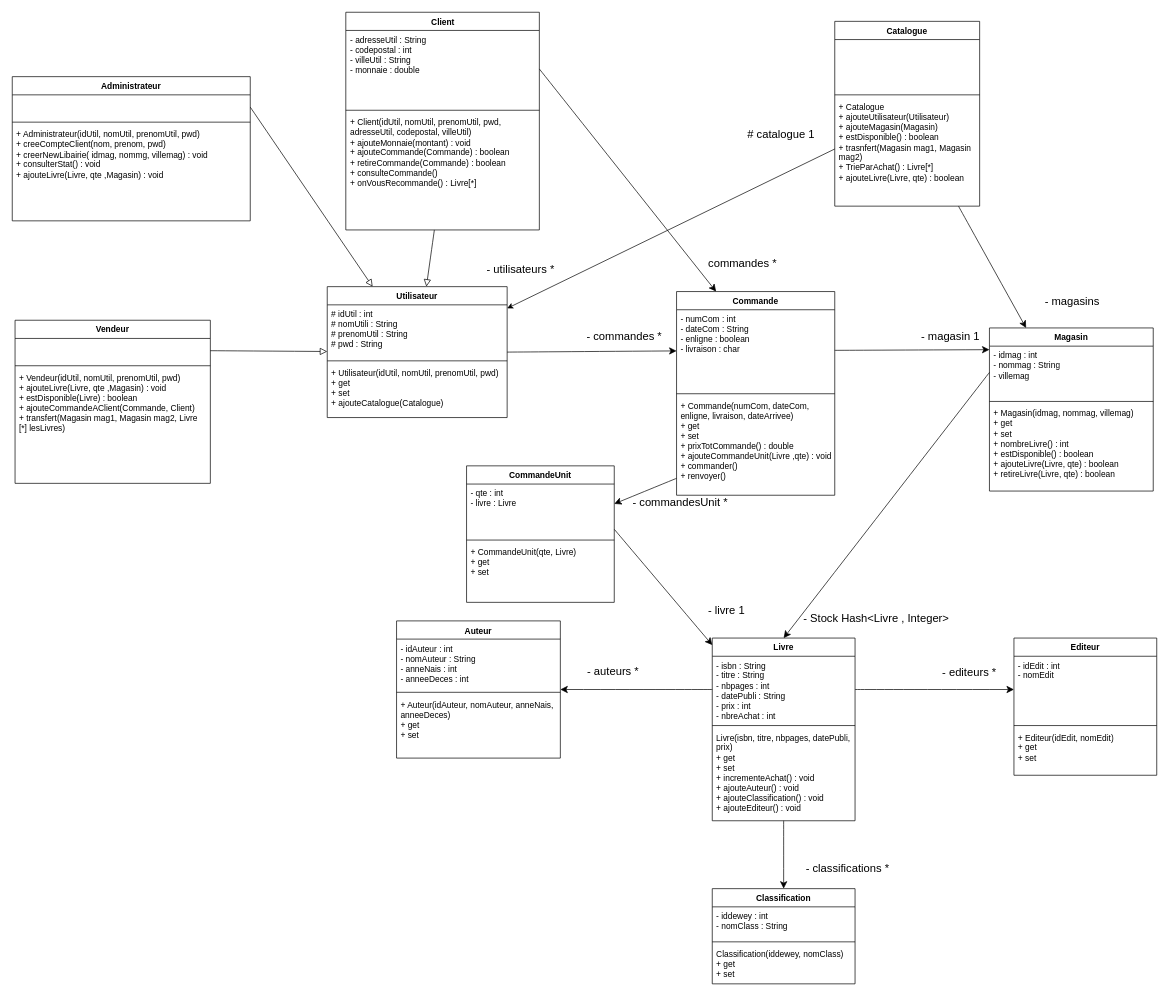
This is UML.drawio from BastienMonet/SAEjava2.03, a draw.io file, before an edit. Source tidied: cells renumbered, new cells numbered last; positions are measured from the earlier drawing's top-left corner, leaving out a move shared by most shapes. Both pictures are drawn from the tidied source at 70%, with x=0, y=0 at pixel (12, 12).
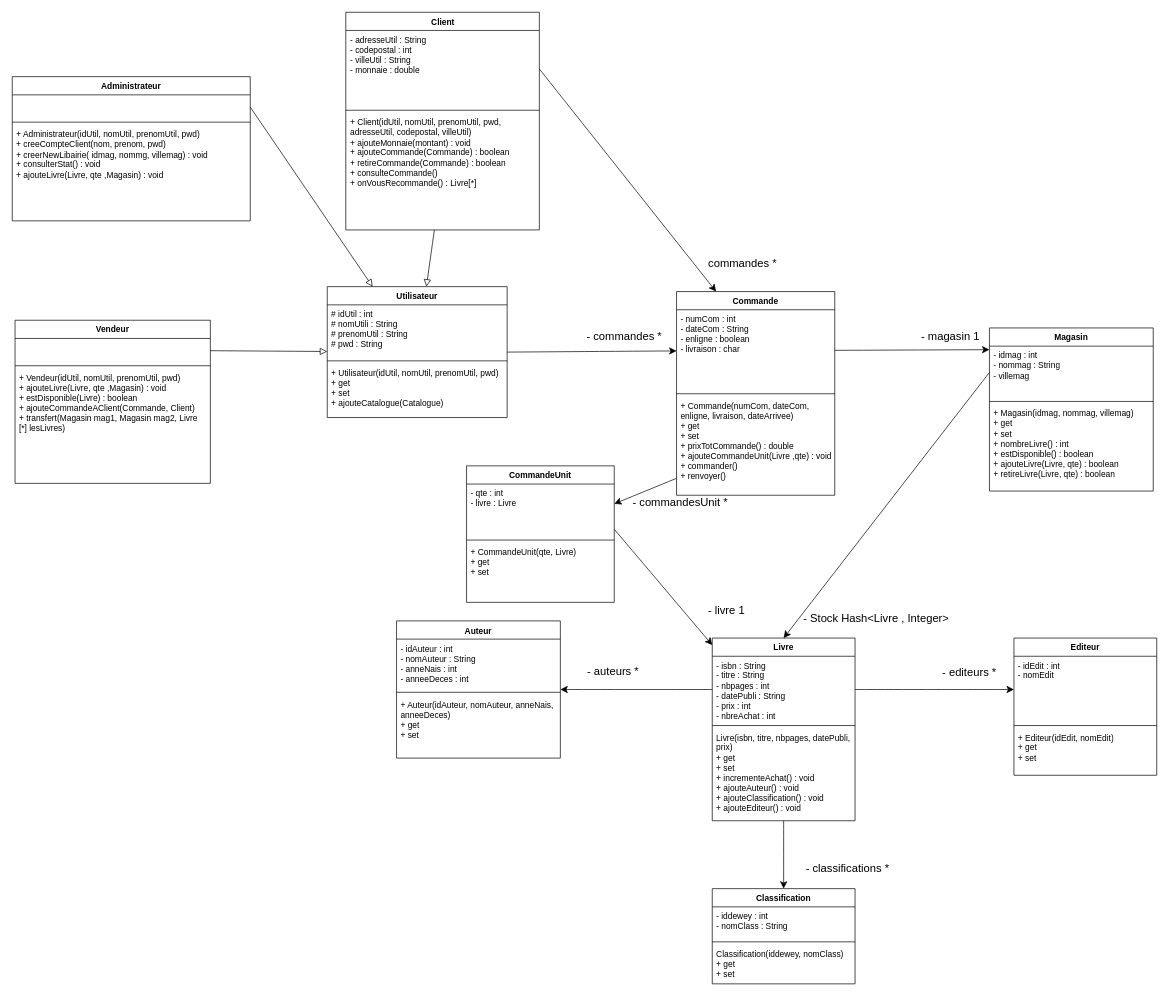
The same page after the edit.

Unchanged cells that the change refers to:
```xml
<mxCell id="3" value="Utilisateur" style="swimlane;fontStyle=1;align=center;verticalAlign=top;horizontal=1;startSize=26;whiteSpace=wrap;html=1;" parent="1" vertex="1">
  <mxGeometry x="450" y="392" width="257" height="187" as="geometry" />
</mxCell>
<mxCell id="34" value="Magasin" style="swimlane;fontStyle=1;align=center;verticalAlign=top;horizontal=1;startSize=26;whiteSpace=wrap;html=1;" parent="1" vertex="1">
  <mxGeometry x="1396" y="451" width="234" height="233" as="geometry" />
</mxCell>
```

Change to the diagram source:
```diff
@@
-    <mxCell id="67" value="Catalogue" style="swimlane;fontStyle=1;align=center;verticalAlign=top;horizontal=1;startSize=26;whiteSpace=wrap;html=1;" parent="1" vertex="1">
-      <mxGeometry x="1175" y="13" width="207" height="264" as="geometry" />
-    </mxCell>
-    <mxCell id="68" value="&lt;div&gt;&lt;br&gt;&lt;/div&gt;&lt;div&gt;&lt;br&gt;&lt;/div&gt;&lt;div&gt;&lt;br&gt;&lt;/div&gt;" style="text;strokeColor=none;fillColor=none;align=left;verticalAlign=top;spacingLeft=4;spacingRight=4;overflow=hidden;whiteSpace=wrap;html=1;" parent="67" vertex="1">
-      <mxGeometry y="26" width="207" height="75" as="geometry" />
-    </mxCell>
-    <mxCell id="69" style="line;strokeWidth=1;fillColor=none;align=left;verticalAlign=middle;spacingTop=-1;spacingLeft=3;spacingRight=3;labelPosition=right;strokeColor=inherit;" parent="67" vertex="1">
-      <mxGeometry y="101" width="207" height="8" as="geometry" />
-    </mxCell>
-    <mxCell id="70" value="&lt;div&gt;+ Catalogue&lt;/div&gt;&lt;div&gt;+ ajouteUtilisateur(Utilisateur)&lt;/div&gt;&lt;div&gt;+ ajouteMagasin(Magasin)&lt;/div&gt;&lt;div&gt;+ estDisponible() : boolean&lt;/div&gt;&lt;div&gt;+ trasnfert(Magasin mag1, Magasin mag2)&lt;/div&gt;&lt;div&gt;+ TrieParAchat() : Livre[*]&lt;/div&gt;&lt;div&gt;+ ajouteLivre(Livre, qte) : boolean &lt;br&gt;&lt;/div&gt;" style="text;strokeColor=none;fillColor=none;align=left;verticalAlign=top;spacingLeft=4;spacingRight=4;overflow=hidden;whiteSpace=wrap;html=1;" parent="67" vertex="1">
-      <mxGeometry y="109" width="207" height="155" as="geometry" />
-    </mxCell>
-    <mxCell id="71" style="edgeStyle=none;curved=1;rounded=0;jettySize=auto;html=1;fontSize=12;startSize=8;endSize=8;" parent="1" edge="1" source="67" target="34">
-      <mxGeometry relative="1" as="geometry" />
-    </mxCell>
-    <mxCell id="72" value="- magasins" style="text;html=1;align=center;verticalAlign=middle;strokeColor=none;fillColor=none;fontSize=16;" parent="1" vertex="1">
-      <mxGeometry x="1466" y="397" width="96" height="31" as="geometry" />
-    </mxCell>
-    <mxCell id="73" style="endArrow=classic;html=1;rounded=0;" parent="1" edge="1" source="67" target="3">
-      <mxGeometry relative="1" as="geometry" />
-    </mxCell>
-    <mxCell id="74" value="# catalogue 1" style="text;html=1;align=center;verticalAlign=middle;strokeColor=none;fillColor=none;fontSize=16;" parent="1" vertex="1">
-      <mxGeometry x="1041" y="158" width="114" height="31" as="geometry" />
-    </mxCell>
-    <mxCell id="75" value="- utilisateurs *" style="text;html=1;align=center;verticalAlign=middle;strokeColor=none;fillColor=none;fontSize=16;" parent="1" vertex="1">
-      <mxGeometry x="668" y="351" width="115" height="31" as="geometry" />
-    </mxCell>
```
